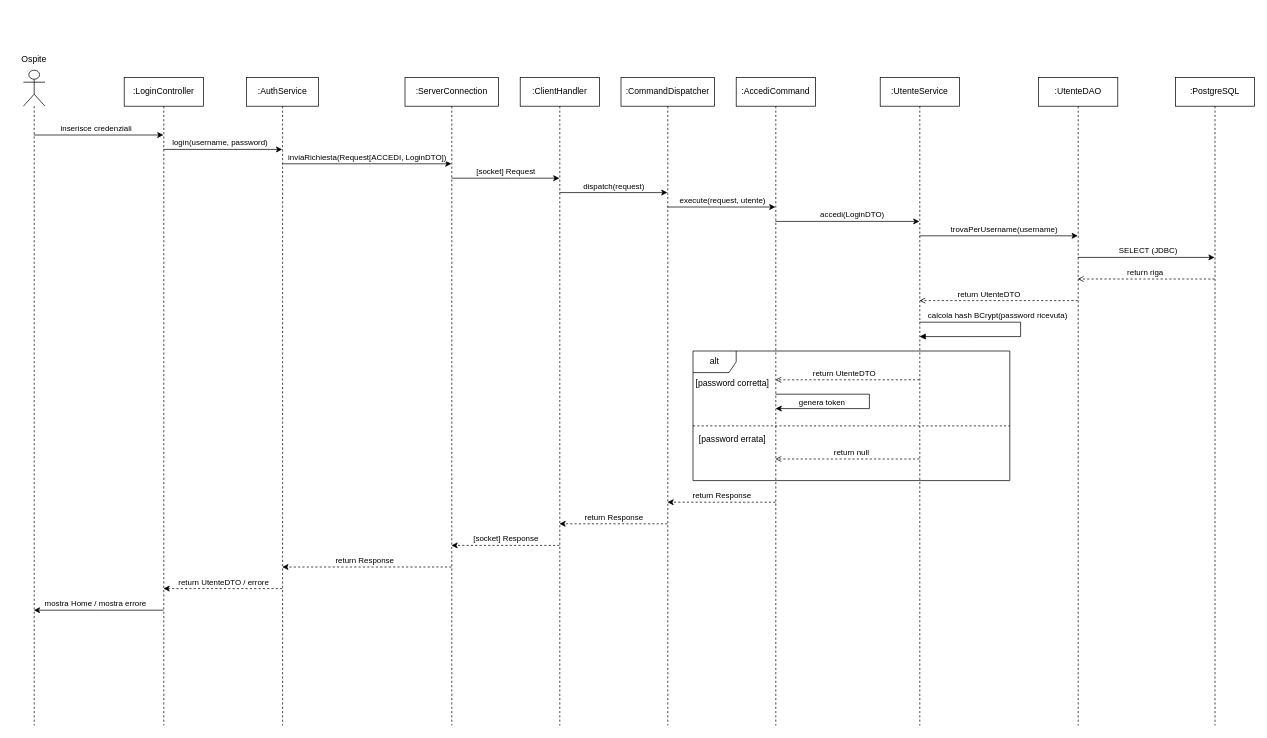
The draw.io diagram page "Login" (1 of 10) of Progettazione/1_Doc. Conclusi/Diagrammi/SequenceDiagram.drawio in FloshDev/TheKnife-B, before the edit. Source tidied: cells renumbered, new cells numbered last; positions are measured from the earlier drawing's top-left corner, leaving out a move shared by most shapes. Both pictures are drawn from the tidied source at 72%, with x=0, y=0 at pixel (12, 48).
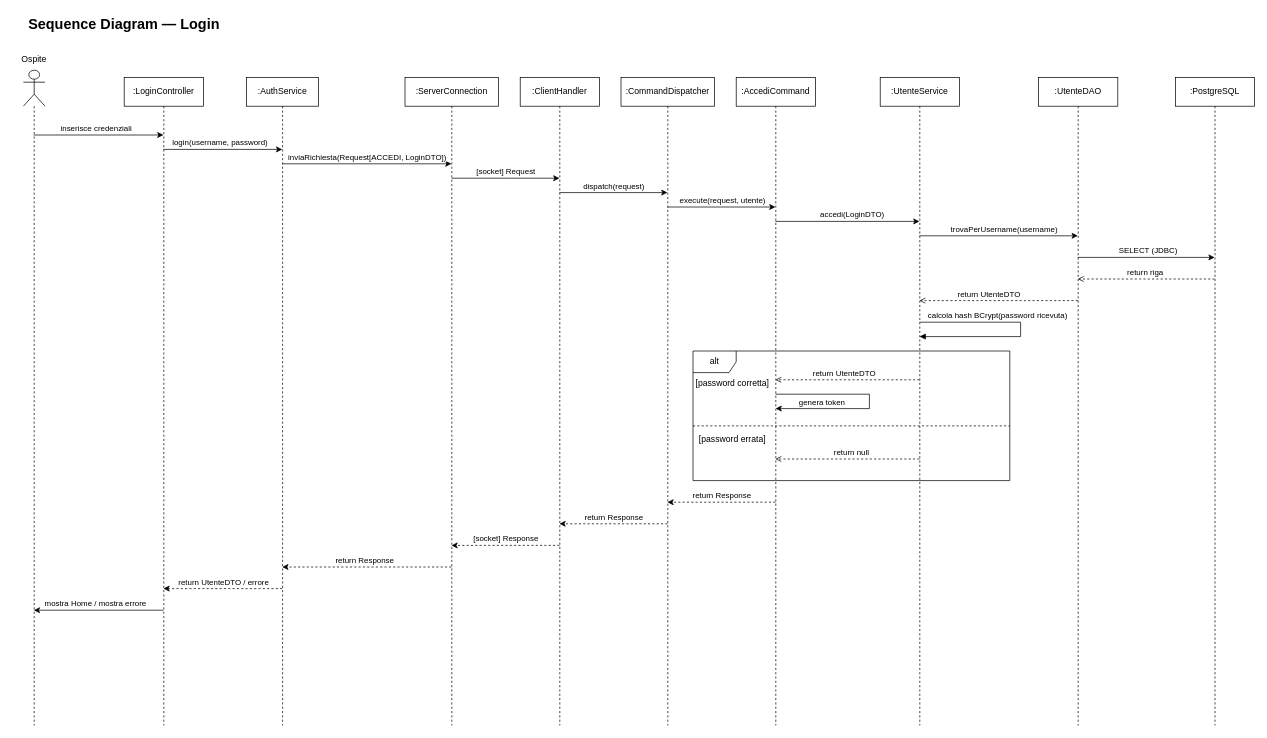
After the change.

The edit, as a diff of the source:
```diff
@@
+    <mxCell id="59" value="&lt;font style=&quot;font-size: 20px;&quot;&gt;&lt;b style=&quot;&quot;&gt;Sequence Diagram — Login&lt;/b&gt;&lt;/font&gt;" style="text;html=1;whiteSpace=wrap;strokeColor=none;fillColor=none;align=center;verticalAlign=middle;rounded=0;" parent="1" vertex="1">
+      <mxGeometry x="15" y="-50" width="280" height="30" as="geometry" />
+    </mxCell>
```
